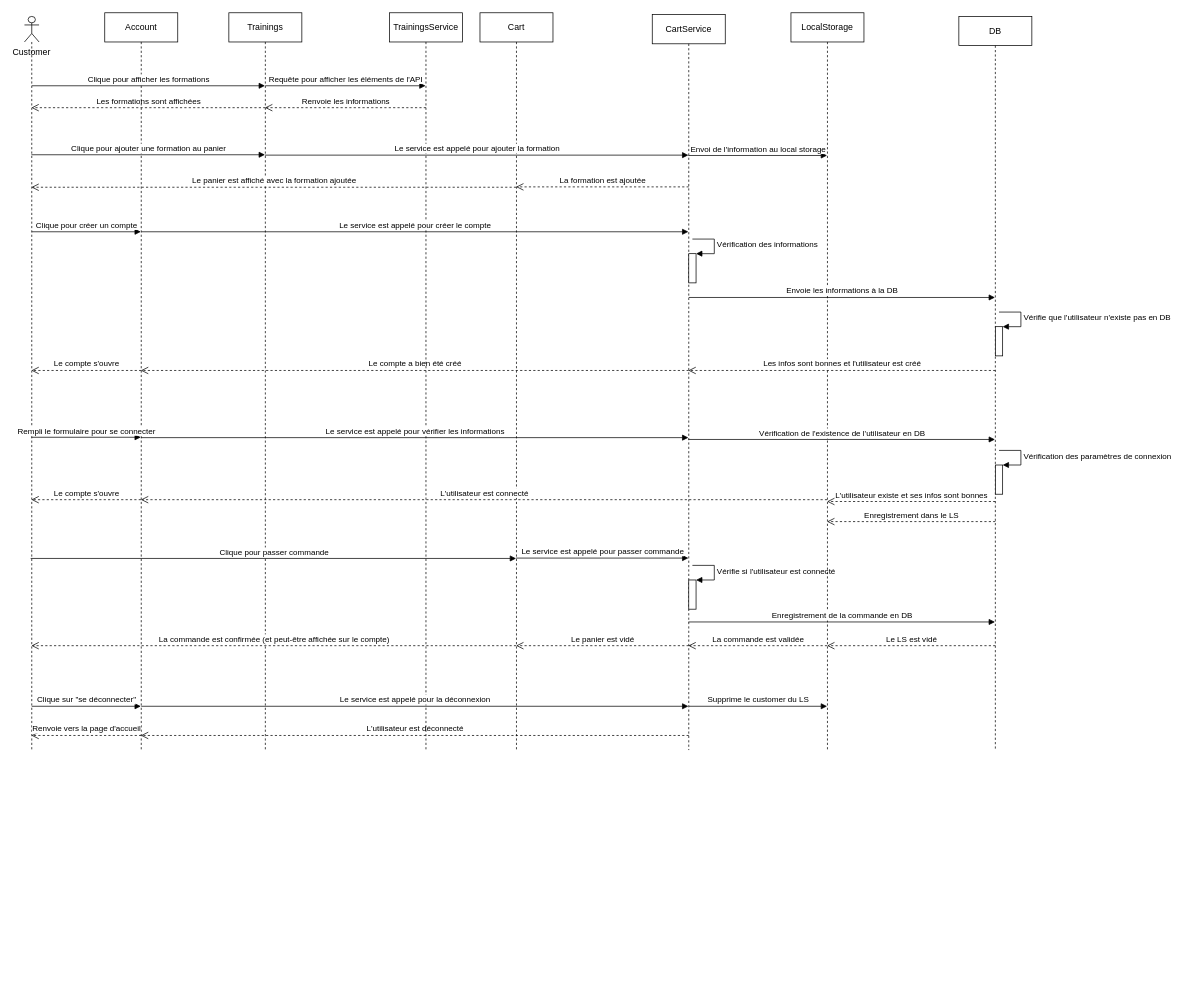
Earlier version of the draw.io diagram page "sequence" (2 of 3) of src/UML/diagrammes.drawio (Saralune/AnguShop). Source tidied: cells renumbered, new cells numbered last; positions are measured from the earlier drawing's top-left corner, leaving out a move shared by most shapes. Both pictures are drawn from the tidied source at 73%, with x=0, y=0 at pixel (24, 12).
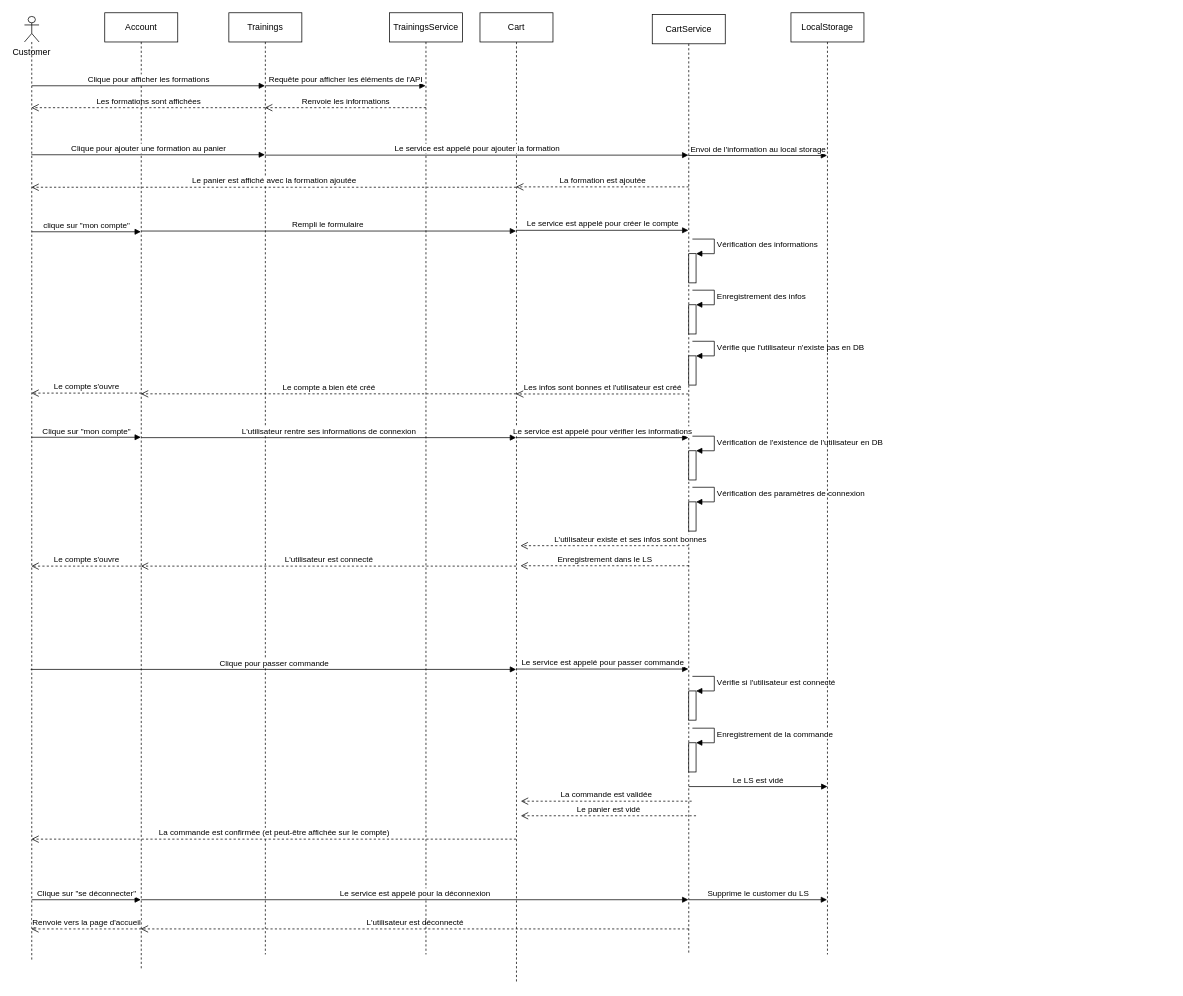
The same page after the edit.

Change to the diagram source:
```diff
@@
     <mxCell id="2" value="Customer" style="shape=umlLifeline;participant=umlActor;perimeter=lifelinePerimeter;whiteSpace=wrap;html=1;verticalAlign=top;spacingTop=36;outlineConnect=0;size=35;" parent="1" vertex="1">
-      <mxGeometry y="5" width="20" height="1005" as="geometry" />
+      <mxGeometry y="5" width="20" height="1295" as="geometry" />
     </mxCell>
     <mxCell id="3" value="Trainings" style="shape=umlLifeline;perimeter=lifelinePerimeter;whiteSpace=wrap;html=1;outlineConnect=0;" parent="1" vertex="1">
-      <mxGeometry x="280" width="100" height="1010" as="geometry" />
+      <mxGeometry x="280" width="100" height="1290" as="geometry" />
     </mxCell>
@@
     <mxCell id="6" value="Cart" style="shape=umlLifeline;perimeter=lifelinePerimeter;whiteSpace=wrap;html=1;outlineConnect=0;" parent="1" vertex="1">
-      <mxGeometry x="624" width="100" height="1010" as="geometry" />
+      <mxGeometry x="624" width="100" height="1330" as="geometry" />
     </mxCell>
     <mxCell id="7" value="CartService" style="shape=umlLifeline;perimeter=lifelinePerimeter;whiteSpace=wrap;html=1;outlineConnect=0;" parent="1" vertex="1">
-      <mxGeometry x="860" y="2.5" width="100" height="1007.5" as="geometry" />
+      <mxGeometry x="860" y="2.5" width="100" height="1287.5" as="geometry" />
     </mxCell>
@@
     <mxCell id="9" style="html=1;points=[];perimeter=orthogonalPerimeter;" parent="7" vertex="1">
-      <mxGeometry x="50" y="774.5" width="10" height="40" as="geometry" />
+      <mxGeometry x="50" y="926.5" width="10" height="40" as="geometry" />
     </mxCell>
     <mxCell id="10" value="Vérifie si l'utilisateur est connecté" style="edgeStyle=orthogonalEdgeStyle;html=1;align=left;spacingLeft=2;endArrow=block;rounded=0;entryX=1;entryY=0;" parent="7" edge="1" target="9">
       <mxGeometry relative="1" as="geometry">
-        <mxPoint x="55" y="754.5" as="sourcePoint" />
+        <mxPoint x="55" y="906.5" as="sourcePoint" />
         <Array as="points">
-          <mxPoint x="85" y="754.5" />
+          <mxPoint x="85" y="906.5" />
         </Array>
       </mxGeometry>
     </mxCell>
-    <mxCell id="11" value="Le panier est vidé" style="html=1;verticalAlign=bottom;endArrow=open;dashed=1;endSize=8;rounded=0;" parent="7" edge="1">
-      <mxGeometry relative="1" as="geometry">
-        <mxPoint x="50" y="864.5" as="sourcePoint" />
-        <mxPoint x="-186.5" y="864.5" as="targetPoint" />
-      </mxGeometry>
-    </mxCell>
@@
-    <mxCell id="14" value="Le compte a bien été créé" style="html=1;verticalAlign=bottom;endArrow=open;dashed=1;endSize=8;rounded=0;" parent="7" edge="1" target="17">
-      <mxGeometry relative="1" as="geometry">
-        <mxPoint x="50" y="487.5" as="sourcePoint" />
-      </mxGeometry>
-    </mxCell>
-    <mxCell id="15" value="L'utilisateur est déconnecté" style="html=1;verticalAlign=bottom;endArrow=open;dashed=1;endSize=8;rounded=0;" parent="7" edge="1" target="17">
+    <mxCell id="15" value="L'utilisateur est déconnecté" style="html=1;verticalAlign=bottom;endArrow=open;dashed=1;endSize=8;rounded=0;" parent="7" edge="1">
       <mxGeometry relative="1" as="geometry">
-        <mxPoint x="50" y="987.5" as="sourcePoint" />
+        <mxPoint x="50" y="1252.5" as="sourcePoint" />
+        <mxPoint x="-700.7" y="1252.5" as="targetPoint" />
       </mxGeometry>
     </mxCell>
+    <mxCell id="52" style="html=1;points=[];perimeter=orthogonalPerimeter;" parent="7" vertex="1">
+      <mxGeometry x="50" y="397.5" width="10" height="40" as="geometry" />
+    </mxCell>
+    <mxCell id="53" value="Enregistrement des infos" style="edgeStyle=orthogonalEdgeStyle;html=1;align=left;spacingLeft=2;endArrow=block;rounded=0;entryX=1;entryY=0;" parent="7" edge="1" target="52">
+      <mxGeometry relative="1" as="geometry">
+        <mxPoint x="55" y="377.5" as="sourcePoint" />
+        <Array as="points">
+          <mxPoint x="85" y="377.5" />
+        </Array>
+      </mxGeometry>
+    </mxCell>
+    <mxCell id="54" style="html=1;points=[];perimeter=orthogonalPerimeter;" parent="7" vertex="1">
+      <mxGeometry x="50" y="597.5" width="10" height="40" as="geometry" />
+    </mxCell>
+    <mxCell id="40" value="&lt;span style=&quot;text-align: center;&quot;&gt;Vérification de l'existence de l'utilisateur en DB&lt;/span&gt;" style="edgeStyle=orthogonalEdgeStyle;html=1;align=left;spacingLeft=2;endArrow=block;rounded=0;entryX=1;entryY=0;" parent="7" edge="1" target="54">
+      <mxGeometry relative="1" as="geometry">
+        <mxPoint x="55" y="577.5" as="sourcePoint" />
+        <Array as="points">
+          <mxPoint x="85" y="577.5" />
+        </Array>
+      </mxGeometry>
+    </mxCell>
+    <mxCell id="23" style="html=1;points=[];perimeter=orthogonalPerimeter;" parent="7" vertex="1">
+      <mxGeometry x="50" y="667.5" width="10" height="40" as="geometry" />
+    </mxCell>
+    <mxCell id="24" value="Vérification des paramètres de connexion" style="edgeStyle=orthogonalEdgeStyle;html=1;align=left;spacingLeft=2;endArrow=block;rounded=0;entryX=1;entryY=0;" parent="7" edge="1" target="23">
+      <mxGeometry relative="1" as="geometry">
+        <mxPoint x="55" y="647.5" as="sourcePoint" />
+        <Array as="points">
+          <mxPoint x="85" y="647.5" />
+        </Array>
+      </mxGeometry>
+    </mxCell>
+    <mxCell id="25" value="L'utilisateur existe et ses infos sont bonnes" style="html=1;verticalAlign=bottom;endArrow=open;dashed=1;endSize=8;rounded=0;" parent="7" edge="1">
+      <mxGeometry x="-0.31" relative="1" as="geometry">
+        <mxPoint x="50" y="727.5" as="sourcePoint" />
+        <mxPoint x="-180.5" y="727.5" as="targetPoint" />
+      </mxGeometry>
+    </mxCell>
+    <mxCell id="26" value="Enregistrement dans le LS" style="html=1;verticalAlign=bottom;endArrow=open;dashed=1;endSize=8;rounded=0;" parent="7" edge="1">
+      <mxGeometry relative="1" as="geometry">
+        <mxPoint x="50" y="755" as="sourcePoint" />
+        <mxPoint x="-180.5" y="755" as="targetPoint" />
+      </mxGeometry>
+    </mxCell>
+    <mxCell id="55" style="html=1;points=[];perimeter=orthogonalPerimeter;" parent="7" vertex="1">
+      <mxGeometry x="50" y="467.5" width="10" height="40" as="geometry" />
+    </mxCell>
+    <mxCell id="29" value="Vérifie que l'utilisateur n'existe pas en DB" style="edgeStyle=orthogonalEdgeStyle;html=1;align=left;spacingLeft=2;endArrow=block;rounded=0;entryX=1;entryY=0;" parent="7" edge="1" target="55">
+      <mxGeometry relative="1" as="geometry">
+        <mxPoint x="55" y="447.5" as="sourcePoint" />
+        <Array as="points">
+          <mxPoint x="85" y="447.5" />
+        </Array>
+      </mxGeometry>
+    </mxCell>
     <mxCell id="16" value="LocalStorage" style="shape=umlLifeline;perimeter=lifelinePerimeter;whiteSpace=wrap;html=1;outlineConnect=0;" parent="1" vertex="1">
-      <mxGeometry x="1050" width="100" height="1010" as="geometry" />
+      <mxGeometry x="1050" width="100" height="1290" as="geometry" />
     </mxCell>
     <mxCell id="17" value="Account" style="shape=umlLifeline;perimeter=lifelinePerimeter;whiteSpace=wrap;html=1;outlineConnect=0;" parent="1" vertex="1">
-      <mxGeometry x="110" width="100" height="1010" as="geometry" />
+      <mxGeometry x="110" width="100" height="1310" as="geometry" />
     </mxCell>
-    <mxCell id="18" value="Le compte s'ouvre" style="html=1;verticalAlign=bottom;endArrow=open;dashed=1;endSize=8;rounded=0;" parent="17" edge="1" target="2">
+    <mxCell id="18" value="Le compte s'ouvre" style="html=1;verticalAlign=bottom;endArrow=open;dashed=1;endSize=8;rounded=0;" parent="17" edge="1">
       <mxGeometry relative="1" as="geometry">
-        <mxPoint x="50" y="490" as="sourcePoint" />
+        <mxPoint x="50" y="521" as="sourcePoint" />
+        <mxPoint x="-100.5" y="521" as="targetPoint" />
       </mxGeometry>
     </mxCell>
-    <mxCell id="19" value="Renvoie vers la page d'accueil" style="html=1;verticalAlign=bottom;endArrow=open;dashed=1;endSize=8;rounded=0;" parent="17" edge="1" target="2">
+    <mxCell id="19" value="Renvoie vers la page d'accueil" style="html=1;verticalAlign=bottom;endArrow=open;dashed=1;endSize=8;rounded=0;" parent="17" edge="1">
       <mxGeometry relative="1" as="geometry">
-        <mxPoint x="50" y="990" as="sourcePoint" />
+        <mxPoint x="50" y="1255" as="sourcePoint" />
+        <mxPoint x="-100.7" y="1255" as="targetPoint" />
       </mxGeometry>
     </mxCell>
+    <mxCell id="56" value="L'utilisateur rentre ses informations de connexion" style="html=1;verticalAlign=bottom;endArrow=block;rounded=0;" parent="17" edge="1">
+      <mxGeometry relative="1" as="geometry">
+        <mxPoint x="50" y="582" as="sourcePoint" />
+        <mxPoint x="563.5" y="582" as="targetPoint" />
+      </mxGeometry>
+    </mxCell>
     <mxCell id="20" value="TrainingsService" style="shape=umlLifeline;perimeter=lifelinePerimeter;whiteSpace=wrap;html=1;outlineConnect=0;" parent="1" vertex="1">
-      <mxGeometry x="500" width="100" height="1010" as="geometry" />
+      <mxGeometry x="500" width="100" height="1290" as="geometry" />
     </mxCell>
@@
-    <mxCell id="22" value="DB" style="shape=umlLifeline;perimeter=lifelinePerimeter;whiteSpace=wrap;html=1;outlineConnect=0;" parent="1" vertex="1">
-      <mxGeometry x="1280" y="5" width="100" height="1005" as="geometry" />
-    </mxCell>
-    <mxCell id="23" style="html=1;points=[];perimeter=orthogonalPerimeter;" parent="22" vertex="1">
-      <mxGeometry x="50" y="614.5" width="10" height="40" as="geometry" />
-    </mxCell>
-    <mxCell id="24" value="Vérification des paramètres de connexion" style="edgeStyle=orthogonalEdgeStyle;html=1;align=left;spacingLeft=2;endArrow=block;rounded=0;entryX=1;entryY=0;" parent="22" edge="1" target="23">
-      <mxGeometry relative="1" as="geometry">
-        <mxPoint x="55" y="594.5" as="sourcePoint" />
-        <Array as="points">
-          <mxPoint x="85" y="594.5" />
-        </Array>
-      </mxGeometry>
-    </mxCell>
-    <mxCell id="25" value="L'utilisateur existe et ses infos sont bonnes" style="html=1;verticalAlign=bottom;endArrow=open;dashed=1;endSize=8;rounded=0;" parent="22" edge="1">
-      <mxGeometry relative="1" as="geometry">
-        <mxPoint x="50" y="664.5" as="sourcePoint" />
-        <mxPoint x="-180.5" y="664.5" as="targetPoint" />
-      </mxGeometry>
-    </mxCell>
-    <mxCell id="26" value="Enregistrement dans le LS" style="html=1;verticalAlign=bottom;endArrow=open;dashed=1;endSize=8;rounded=0;" parent="22" edge="1">
-      <mxGeometry relative="1" as="geometry">
-        <mxPoint x="50" y="692" as="sourcePoint" />
-        <mxPoint x="-180.5" y="692" as="targetPoint" />
-      </mxGeometry>
-    </mxCell>
-    <mxCell id="27" value="Le LS est vidé" style="html=1;verticalAlign=bottom;endArrow=open;dashed=1;endSize=8;rounded=0;" parent="22" edge="1">
-      <mxGeometry relative="1" as="geometry">
-        <mxPoint x="50" y="862" as="sourcePoint" />
-        <mxPoint x="-180.5" y="862" as="targetPoint" />
-      </mxGeometry>
-    </mxCell>
-    <mxCell id="28" style="html=1;points=[];perimeter=orthogonalPerimeter;" parent="22" vertex="1">
-      <mxGeometry x="50" y="425" width="10" height="40" as="geometry" />
-    </mxCell>
-    <mxCell id="29" value="Vérifie que l'utilisateur n'existe pas en DB" style="edgeStyle=orthogonalEdgeStyle;html=1;align=left;spacingLeft=2;endArrow=block;rounded=0;entryX=1;entryY=0;" parent="22" edge="1" target="28">
-      <mxGeometry relative="1" as="geometry">
-        <mxPoint x="55" y="405" as="sourcePoint" />
-        <Array as="points">
-          <mxPoint x="85" y="405" />
-        </Array>
-      </mxGeometry>
-    </mxCell>
-    <mxCell id="30" value="Les infos sont bonnes et l'utilisateur est créé" style="html=1;verticalAlign=bottom;endArrow=open;dashed=1;endSize=8;rounded=0;" parent="22" edge="1" target="7">
-      <mxGeometry relative="1" as="geometry">
-        <mxPoint x="50" y="485" as="sourcePoint" />
-      </mxGeometry>
-    </mxCell>
@@
     <mxCell id="35" value="Clique pour passer commande" style="html=1;verticalAlign=bottom;endArrow=block;rounded=0;" parent="1" edge="1">
       <mxGeometry relative="1" as="geometry">
-        <mxPoint x="8.5" y="747.5" as="sourcePoint" />
-        <mxPoint x="673.5" y="747.5" as="targetPoint" />
+        <mxPoint x="8.5" y="899.5" as="sourcePoint" />
+        <mxPoint x="673.5" y="899.5" as="targetPoint" />
       </mxGeometry>
     </mxCell>
     <mxCell id="36" value="Le service est appelé pour passer commande" style="html=1;verticalAlign=bottom;endArrow=block;rounded=0;" parent="1" edge="1">
       <mxGeometry relative="1" as="geometry">
-        <mxPoint x="673.5" y="747" as="sourcePoint" />
-        <mxPoint x="909.5" y="747" as="targetPoint" />
+        <mxPoint x="673.5" y="899" as="sourcePoint" />
+        <mxPoint x="909.5" y="899" as="targetPoint" />
       </mxGeometry>
     </mxCell>
-    <mxCell id="37" value="Rempli le formulaire pour se connecter" style="html=1;verticalAlign=bottom;endArrow=block;rounded=0;" parent="1" edge="1">
+    <mxCell id="37" value="Clique sur &quot;mon compte&quot;" style="html=1;verticalAlign=bottom;endArrow=block;rounded=0;" parent="1" edge="1">
       <mxGeometry relative="1" as="geometry">
         <mxPoint x="9.5" y="581.5" as="sourcePoint" />
         <mxPoint x="159.5" y="581.5" as="targetPoint" />
       </mxGeometry>
     </mxCell>
-    <mxCell id="38" value="Le service est appelé pour vérifier les informations" style="html=1;verticalAlign=bottom;endArrow=block;rounded=0;" parent="1" edge="1">
+    <mxCell id="38" value="Le service est appelé pour vérifier les informations" style="html=1;verticalAlign=bottom;endArrow=block;rounded=0;" parent="1" edge="1" source="6">
       <mxGeometry relative="1" as="geometry">
-        <mxPoint x="159.5" y="582" as="sourcePoint" />
         <mxPoint x="909.5" y="582" as="targetPoint" />
       </mxGeometry>
     </mxCell>
     <mxCell id="39" value="L'utilisateur est connecté" style="html=1;verticalAlign=bottom;endArrow=open;dashed=1;endSize=8;rounded=0;" parent="1" edge="1">
       <mxGeometry relative="1" as="geometry">
-        <mxPoint x="1099.5" y="667" as="sourcePoint" />
-        <mxPoint x="159.5" y="667" as="targetPoint" />
+        <mxPoint x="673.5" y="758" as="sourcePoint" />
+        <mxPoint x="159.5" y="758" as="targetPoint" />
       </mxGeometry>
     </mxCell>
-    <mxCell id="40" value="Vérification de l'existence de l'utilisateur en DB" style="html=1;verticalAlign=bottom;endArrow=block;rounded=0;" parent="1" edge="1">
-      <mxGeometry relative="1" as="geometry">
-        <mxPoint x="909.5" y="584.5" as="sourcePoint" />
-        <mxPoint x="1329.5" y="584.5" as="targetPoint" />
-      </mxGeometry>
-    </mxCell>
@@
     <mxCell id="42" value="Le compte s'ouvre" style="html=1;verticalAlign=bottom;endArrow=open;dashed=1;endSize=8;rounded=0;" parent="1" edge="1">
       <mxGeometry relative="1" as="geometry">
-        <mxPoint x="159.5" y="667" as="sourcePoint" />
-        <mxPoint x="9.5" y="667" as="targetPoint" />
+        <mxPoint x="159.5" y="758" as="sourcePoint" />
+        <mxPoint x="9.5" y="758" as="targetPoint" />
       </mxGeometry>
     </mxCell>
-    <mxCell id="43" value="Enregistrement de la commande en DB" style="html=1;verticalAlign=bottom;endArrow=block;rounded=0;" parent="1" edge="1">
-      <mxGeometry relative="1" as="geometry">
-        <mxPoint x="909.5" y="834.5" as="sourcePoint" />
-        <mxPoint x="1329.5" y="834.5" as="targetPoint" />
-      </mxGeometry>
-    </mxCell>
     <mxCell id="44" value="La commande est validée" style="html=1;verticalAlign=bottom;endArrow=open;dashed=1;endSize=8;rounded=0;" parent="1" edge="1">
       <mxGeometry relative="1" as="geometry">
-        <mxPoint x="1099.5" y="867" as="sourcePoint" />
-        <mxPoint x="909.5" y="867" as="targetPoint" />
+        <mxPoint x="914" y="1080" as="sourcePoint" />
+        <mxPoint x="680" y="1080" as="targetPoint" />
       </mxGeometry>
     </mxCell>
     <mxCell id="45" value="La commande est confirmée (et peut-être affichée sur le compte)" style="html=1;verticalAlign=bottom;endArrow=open;dashed=1;endSize=8;rounded=0;" parent="1" edge="1">
       <mxGeometry relative="1" as="geometry">
-        <mxPoint x="673.5" y="867" as="sourcePoint" />
-        <mxPoint x="9.5" y="867" as="targetPoint" />
+        <mxPoint x="673.5" y="1132" as="sourcePoint" />
+        <mxPoint x="9.5" y="1132" as="targetPoint" />
       </mxGeometry>
     </mxCell>
-    <mxCell id="46" value="Clique pour créer un compte" style="html=1;verticalAlign=bottom;endArrow=block;rounded=0;" parent="1" edge="1" target="17">
+    <mxCell id="46" value="clique sur &quot;mon compte&quot;" style="html=1;verticalAlign=bottom;endArrow=block;rounded=0;" parent="1" edge="1" target="17">
       <mxGeometry relative="1" as="geometry">
         <mxPoint x="10" y="300" as="sourcePoint" />
       </mxGeometry>
     </mxCell>
-    <mxCell id="47" value="Le service est appelé pour créer le compte" style="html=1;verticalAlign=bottom;endArrow=block;rounded=0;" parent="1" edge="1" target="7">
+    <mxCell id="47" value="Le service est appelé pour créer le compte" style="html=1;verticalAlign=bottom;endArrow=block;rounded=0;" parent="1" edge="1">
       <mxGeometry relative="1" as="geometry">
-        <mxPoint x="160" y="300" as="sourcePoint" />
+        <mxPoint x="673.5" y="298" as="sourcePoint" />
+        <mxPoint x="909.5" y="298" as="targetPoint" />
       </mxGeometry>
     </mxCell>
-    <mxCell id="48" value="Envoie les informations à la DB" style="html=1;verticalAlign=bottom;endArrow=block;rounded=0;" parent="1" edge="1" target="22">
-      <mxGeometry relative="1" as="geometry">
-        <mxPoint x="910" y="390" as="sourcePoint" />
-      </mxGeometry>
-    </mxCell>
-    <mxCell id="49" value="Clique sur &quot;se déconnecter&quot;" style="html=1;verticalAlign=bottom;endArrow=block;rounded=0;" parent="1" edge="1" target="17">
+    <mxCell id="49" value="Clique sur &quot;se déconnecter&quot;" style="html=1;verticalAlign=bottom;endArrow=block;rounded=0;" parent="1" edge="1">
       <mxGeometry relative="1" as="geometry">
-        <mxPoint x="10" y="950" as="sourcePoint" />
+        <mxPoint x="10" y="1215" as="sourcePoint" />
+        <mxPoint x="159.5" y="1215" as="targetPoint" />
       </mxGeometry>
     </mxCell>
-    <mxCell id="50" value="Le service est appelé pour la déconnexion" style="html=1;verticalAlign=bottom;endArrow=block;rounded=0;" parent="1" edge="1" target="7">
+    <mxCell id="50" value="Le service est appelé pour la déconnexion" style="html=1;verticalAlign=bottom;endArrow=block;rounded=0;" parent="1" edge="1">
       <mxGeometry relative="1" as="geometry">
-        <mxPoint x="160" y="950" as="sourcePoint" />
+        <mxPoint x="160" y="1215" as="sourcePoint" />
+        <mxPoint x="909.5" y="1215" as="targetPoint" />
       </mxGeometry>
     </mxCell>
-    <mxCell id="51" value="Supprime le customer du LS" style="html=1;verticalAlign=bottom;endArrow=block;rounded=0;" parent="1" edge="1" target="16">
+    <mxCell id="51" value="Supprime le customer du LS" style="html=1;verticalAlign=bottom;endArrow=block;rounded=0;" parent="1" edge="1">
       <mxGeometry relative="1" as="geometry">
-        <mxPoint x="910" y="950" as="sourcePoint" />
+        <mxPoint x="910" y="1215" as="sourcePoint" />
+        <mxPoint x="1099.5" y="1215" as="targetPoint" />
       </mxGeometry>
     </mxCell>
+    <mxCell id="57" value="Rempli le formulaire&amp;nbsp;" style="html=1;verticalAlign=bottom;endArrow=block;rounded=0;" parent="1" edge="1">
+      <mxGeometry relative="1" as="geometry">
+        <mxPoint x="160" y="299" as="sourcePoint" />
+        <mxPoint x="673.5" y="299" as="targetPoint" />
+      </mxGeometry>
+    </mxCell>
+    <mxCell id="30" value="Les infos sont bonnes et l'utilisateur est créé" style="html=1;verticalAlign=bottom;endArrow=open;dashed=1;endSize=8;rounded=0;" parent="1" edge="1">
+      <mxGeometry relative="1" as="geometry">
+        <mxPoint x="909.5" y="522.2" as="sourcePoint" />
+        <mxPoint x="673.5" y="522.2" as="targetPoint" />
+      </mxGeometry>
+    </mxCell>
+    <mxCell id="14" value="Le compte a bien été créé" style="html=1;verticalAlign=bottom;endArrow=open;dashed=1;endSize=8;rounded=0;" parent="1" edge="1">
+      <mxGeometry relative="1" as="geometry">
+        <mxPoint x="673.5" y="522" as="sourcePoint" />
+        <mxPoint x="159.5" y="522" as="targetPoint" />
+      </mxGeometry>
+    </mxCell>
+    <mxCell id="58" style="html=1;points=[];perimeter=orthogonalPerimeter;" parent="1" vertex="1">
+      <mxGeometry x="910" y="1000" width="10" height="40" as="geometry" />
+    </mxCell>
+    <mxCell id="59" value="Enregistrement de la commande" style="edgeStyle=orthogonalEdgeStyle;html=1;align=left;spacingLeft=2;endArrow=block;rounded=0;entryX=1;entryY=0;" parent="1" edge="1" target="58">
+      <mxGeometry relative="1" as="geometry">
+        <mxPoint x="915" y="980" as="sourcePoint" />
+        <Array as="points">
+          <mxPoint x="945" y="980" />
+        </Array>
+      </mxGeometry>
+    </mxCell>
+    <mxCell id="27" value="Le LS est vidé" style="html=1;verticalAlign=bottom;endArrow=block;rounded=0;" parent="1" edge="1">
+      <mxGeometry relative="1" as="geometry">
+        <mxPoint x="910" y="1060" as="sourcePoint" />
+        <mxPoint x="1100" y="1060" as="targetPoint" />
+      </mxGeometry>
+    </mxCell>
+    <mxCell id="11" value="Le panier est vidé" style="html=1;verticalAlign=bottom;endArrow=open;dashed=1;endSize=8;rounded=0;" parent="1" edge="1">
+      <mxGeometry relative="1" as="geometry">
+        <mxPoint x="920" y="1100" as="sourcePoint" />
+        <mxPoint x="680" y="1100" as="targetPoint" />
+      </mxGeometry>
+    </mxCell>
```
